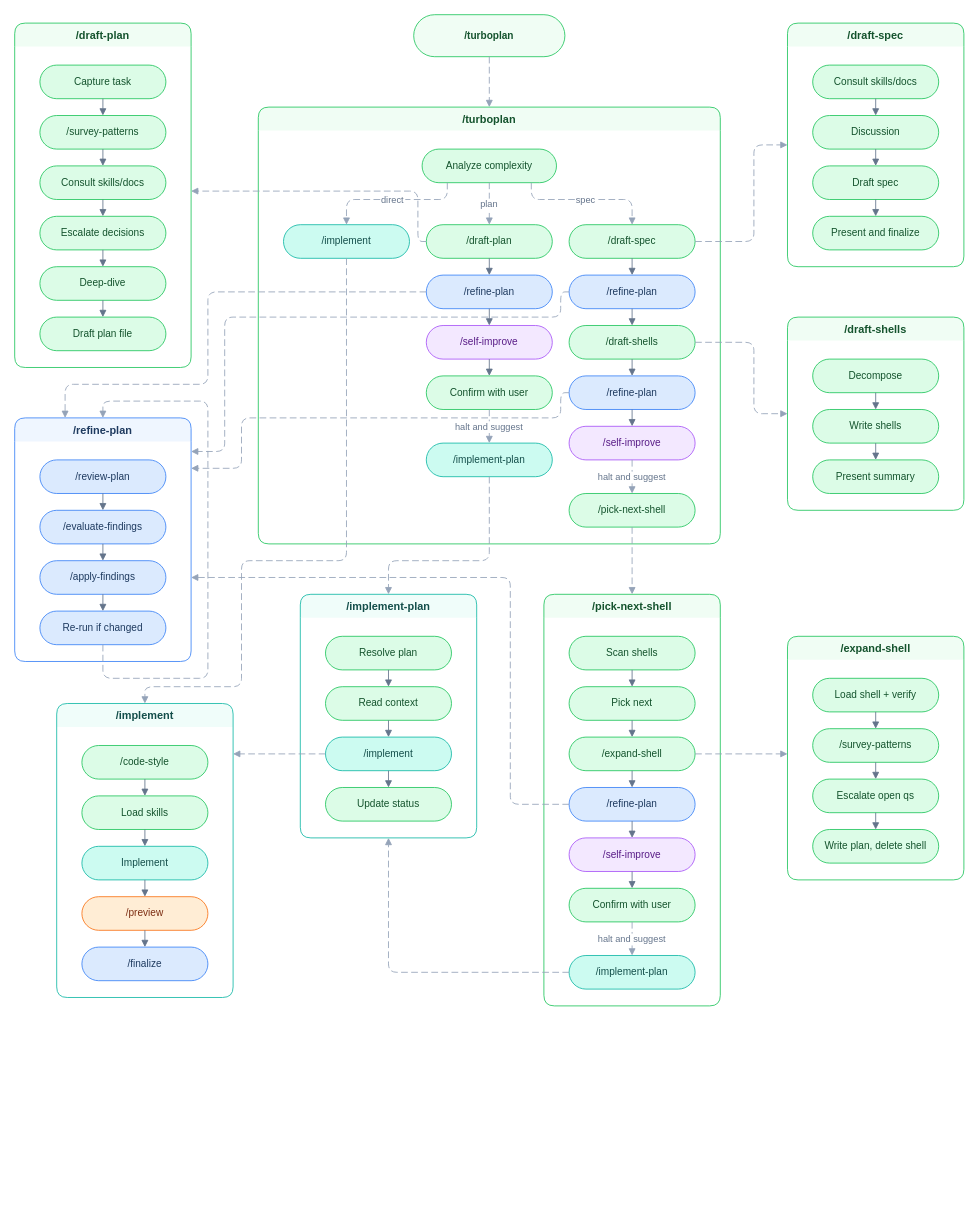
Before: assets/how-turboplan-connects.drawio in tobihagemann/turbo, a draw.io diagram. Source tidied: cells renumbered, new cells numbered last; positions are measured from the earlier drawing's top-left corner, leaving out a move shared by most shapes. Both pictures are drawn from the tidied source at 84%, with x=0, y=0 at pixel (14, 14).
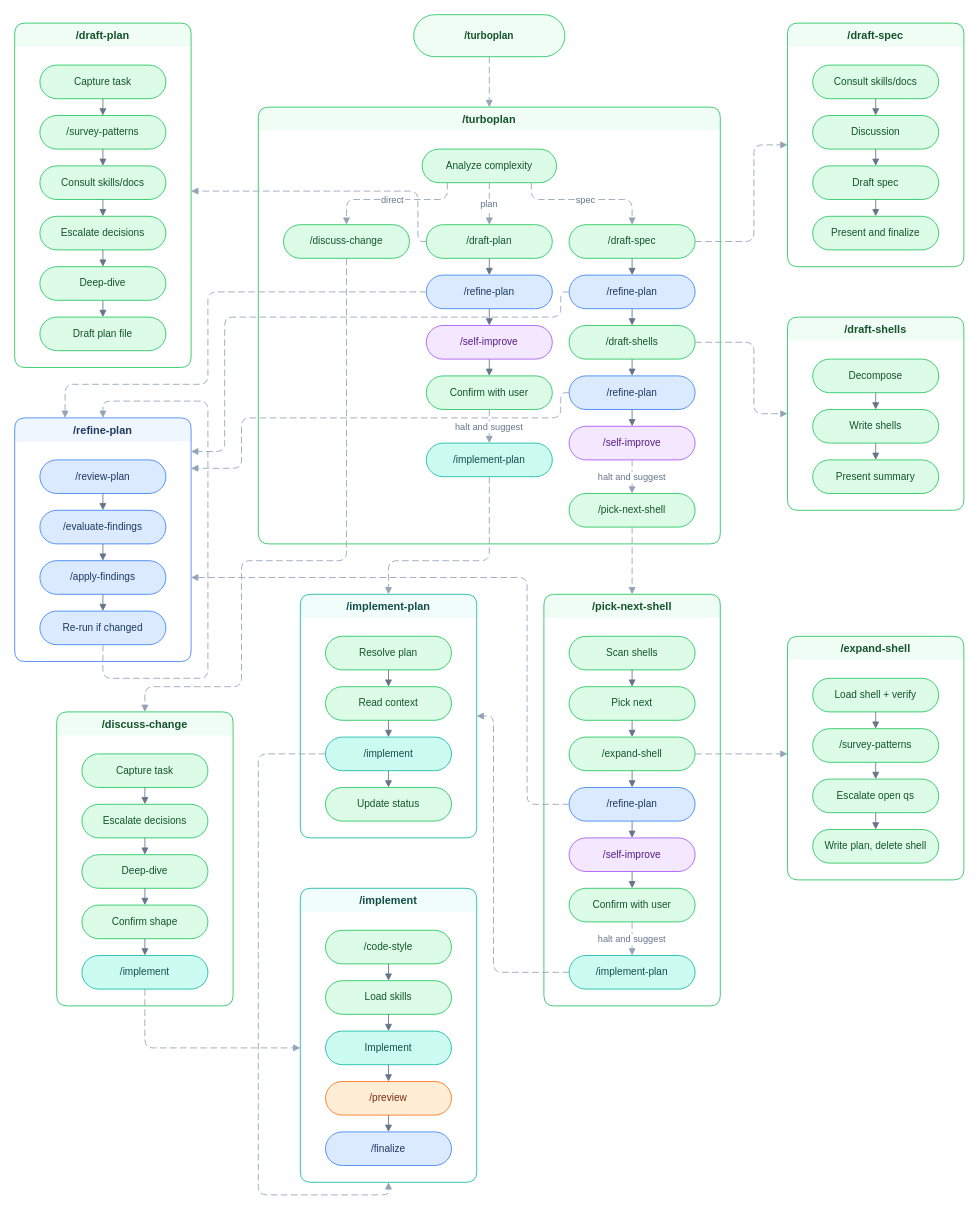
After the change.

The change refers to these unchanged cells:
```xml
<mxCell id="4" value="/turboplan" style="swimlane;startSize=28;rounded=1;fillColor=#f0fdf4;strokeColor=#22c55e;fontColor=#14532d;fontStyle=1;fontSize=13;swimlaneLine=0;" parent="1" vertex="1">
  <mxGeometry x="290" y="110" width="550" height="520" as="geometry" />
</mxCell>
<mxCell id="42" value="/refine-plan" style="swimlane;startSize=28;rounded=1;fillColor=#eff6ff;strokeColor=#3b82f6;fontColor=#1e3a5f;fontStyle=1;fontSize=13;swimlaneLine=0;" parent="1" vertex="1">
  <mxGeometry y="480" width="210" height="290" as="geometry" />
</mxCell>
<mxCell id="51" value="/implement-plan" style="swimlane;startSize=28;rounded=1;fillColor=#f0fdfa;strokeColor=#14b8a6;fontColor=#134e4a;fontStyle=1;fontSize=13;swimlaneLine=0;" parent="1" vertex="1">
  <mxGeometry x="340" y="690" width="210" height="290" as="geometry" />
</mxCell>
<mxCell id="54" value="/implement" style="rounded=1;whiteSpace=wrap;html=1;arcSize=50;fillColor=#ccfbf1;strokeColor=#14b8a6;fontColor=#134e4a;fontSize=12;" parent="51" vertex="1">
  <mxGeometry x="30" y="170" width="150" height="40" as="geometry" />
</mxCell>
<mxCell id="77" value="/refine-plan" style="rounded=1;whiteSpace=wrap;html=1;arcSize=50;fillColor=#dbeafe;strokeColor=#3b82f6;fontColor=#1e3a5f;fontSize=12;" parent="73" vertex="1">
  <mxGeometry x="30" y="230" width="150" height="40" as="geometry" />
</mxCell>
<mxCell id="80" value="/implement-plan" style="rounded=1;whiteSpace=wrap;html=1;arcSize=50;fillColor=#ccfbf1;strokeColor=#14b8a6;fontColor=#134e4a;fontSize=12;" parent="73" vertex="1">
  <mxGeometry x="30" y="430" width="150" height="40" as="geometry" />
</mxCell>
```

The edit, as a diff of the source:
```diff
@@
-    <mxCell id="19" value="/implement" style="rounded=1;whiteSpace=wrap;html=1;arcSize=50;fillColor=#ccfbf1;strokeColor=#14b8a6;fontColor=#134e4a;fontSize=12;" parent="4" vertex="1">
+    <mxCell id="19" value="/discuss-change" style="rounded=1;whiteSpace=wrap;html=1;arcSize=50;fillColor=#dcfce7;strokeColor=#22c55e;fontColor=#14532d;fontSize=12;" parent="4" vertex="1">
       <mxGeometry x="30" y="140" width="150" height="40" as="geometry" />
     </mxCell>
@@
     <mxCell id="102" style="dashed=1;dashPattern=8 4;endArrow=block;endFill=1;rounded=1;edgeStyle=orthogonalEdgeStyle;strokeColor=#94a3b8;fontSize=11;fontColor=#64748b;" parent="1" edge="1" source="77" target="42">
       <mxGeometry relative="1" as="geometry">
         <Array as="points">
-          <mxPoint x="590" y="940" />
-          <mxPoint x="590" y="670" />
+          <mxPoint x="610" y="940" />
+          <mxPoint x="610" y="670" />
         </Array>
       </mxGeometry>
     </mxCell>
@@
     <mxCell id="105" style="dashed=1;dashPattern=8 4;endArrow=block;endFill=1;rounded=1;edgeStyle=orthogonalEdgeStyle;strokeColor=#94a3b8;fontSize=11;fontColor=#64748b;" parent="1" edge="1" source="80" target="51">
-      <mxGeometry relative="1" as="geometry" />
+      <mxGeometry relative="1" as="geometry">
+        <Array as="points">
+          <mxPoint x="570" y="1140" />
+          <mxPoint x="570" y="835" />
+        </Array>
+      </mxGeometry>
     </mxCell>
+    <mxCell id="118" value="/discuss-change" style="swimlane;startSize=28;rounded=1;fillColor=#f0fdf4;strokeColor=#22c55e;fontColor=#14532d;fontStyle=1;fontSize=13;swimlaneLine=0;" parent="1" vertex="1">
+      <mxGeometry x="50" y="830" width="210" height="350" as="geometry" />
+    </mxCell>
+    <mxCell id="119" value="Capture task" style="rounded=1;whiteSpace=wrap;html=1;arcSize=50;fillColor=#dcfce7;strokeColor=#22c55e;fontColor=#14532d;fontSize=12;" parent="118" vertex="1">
+      <mxGeometry x="30" y="50" width="150" height="40" as="geometry" />
+    </mxCell>
+    <mxCell id="120" value="Escalate decisions" style="rounded=1;whiteSpace=wrap;html=1;arcSize=50;fillColor=#dcfce7;strokeColor=#22c55e;fontColor=#14532d;fontSize=12;" parent="118" vertex="1">
+      <mxGeometry x="30" y="110" width="150" height="40" as="geometry" />
+    </mxCell>
+    <mxCell id="121" value="Deep-dive" style="rounded=1;whiteSpace=wrap;html=1;arcSize=50;fillColor=#dcfce7;strokeColor=#22c55e;fontColor=#14532d;fontSize=12;" parent="118" vertex="1">
+      <mxGeometry x="30" y="170" width="150" height="40" as="geometry" />
+    </mxCell>
+    <mxCell id="122" value="Confirm shape" style="rounded=1;whiteSpace=wrap;html=1;arcSize=50;fillColor=#dcfce7;strokeColor=#22c55e;fontColor=#14532d;fontSize=12;" parent="118" vertex="1">
+      <mxGeometry x="30" y="230" width="150" height="40" as="geometry" />
+    </mxCell>
+    <mxCell id="123" value="/implement" style="rounded=1;whiteSpace=wrap;html=1;arcSize=50;fillColor=#ccfbf1;strokeColor=#14b8a6;fontColor=#134e4a;fontSize=12;" parent="118" vertex="1">
+      <mxGeometry x="30" y="290" width="150" height="40" as="geometry" />
+    </mxCell>
+    <mxCell id="124" style="endArrow=block;endFill=1;rounded=1;edgeStyle=orthogonalEdgeStyle;strokeColor=#64748b;" parent="118" edge="1" source="119" target="120">
+      <mxGeometry relative="1" as="geometry" />
+    </mxCell>
+    <mxCell id="125" style="endArrow=block;endFill=1;rounded=1;edgeStyle=orthogonalEdgeStyle;strokeColor=#64748b;" parent="118" edge="1" source="120" target="121">
+      <mxGeometry relative="1" as="geometry" />
+    </mxCell>
+    <mxCell id="126" style="endArrow=block;endFill=1;rounded=1;edgeStyle=orthogonalEdgeStyle;strokeColor=#64748b;" parent="118" edge="1" source="121" target="122">
+      <mxGeometry relative="1" as="geometry" />
+    </mxCell>
+    <mxCell id="127" style="endArrow=block;endFill=1;rounded=1;edgeStyle=orthogonalEdgeStyle;strokeColor=#64748b;" parent="118" edge="1" source="122" target="123">
+      <mxGeometry relative="1" as="geometry" />
+    </mxCell>
+    <mxCell id="128" style="dashed=1;dashPattern=8 4;endArrow=block;endFill=1;rounded=1;edgeStyle=orthogonalEdgeStyle;strokeColor=#94a3b8;fontSize=11;fontColor=#64748b;" parent="1" edge="1" source="123" target="106">
+      <mxGeometry relative="1" as="geometry">
+        <Array as="points">
+          <mxPoint x="155" y="1230" />
+        </Array>
+      </mxGeometry>
+    </mxCell>
     <mxCell id="106" value="/implement" style="swimlane;startSize=28;rounded=1;fillColor=#f0fdfa;strokeColor=#14b8a6;fontColor=#134e4a;fontStyle=1;fontSize=13;swimlaneLine=0;" parent="1" vertex="1">
-      <mxGeometry x="50" y="820" width="210" height="350" as="geometry" />
+      <mxGeometry x="340" y="1040" width="210" height="350" as="geometry" />
     </mxCell>
@@
-    <mxCell id="116" style="dashed=1;dashPattern=8 4;endArrow=block;endFill=1;rounded=1;edgeStyle=orthogonalEdgeStyle;strokeColor=#94a3b8;fontSize=11;fontColor=#64748b;" parent="1" edge="1" source="19" target="106">
+    <mxCell id="116" style="dashed=1;dashPattern=8 4;endArrow=block;endFill=1;rounded=1;edgeStyle=orthogonalEdgeStyle;strokeColor=#94a3b8;fontSize=11;fontColor=#64748b;" parent="1" edge="1" source="19" target="118">
       <mxGeometry relative="1" as="geometry">
         <Array as="points">
           <mxPoint x="395" y="650" />
           <mxPoint x="270" y="650" />
           <mxPoint x="270" y="800" />
           <mxPoint x="155" y="800" />
         </Array>
       </mxGeometry>
     </mxCell>
     <mxCell id="117" style="dashed=1;dashPattern=8 4;endArrow=block;endFill=1;rounded=1;edgeStyle=orthogonalEdgeStyle;strokeColor=#94a3b8;fontSize=11;fontColor=#64748b;" parent="1" edge="1" source="54" target="106">
       <mxGeometry relative="1" as="geometry">
         <Array as="points">
-          <mxPoint x="260" y="880" />
-          <mxPoint x="260" y="880" />
+          <mxPoint x="290" y="880" />
+          <mxPoint x="290" y="1405" />
         </Array>
       </mxGeometry>
     </mxCell>
```
